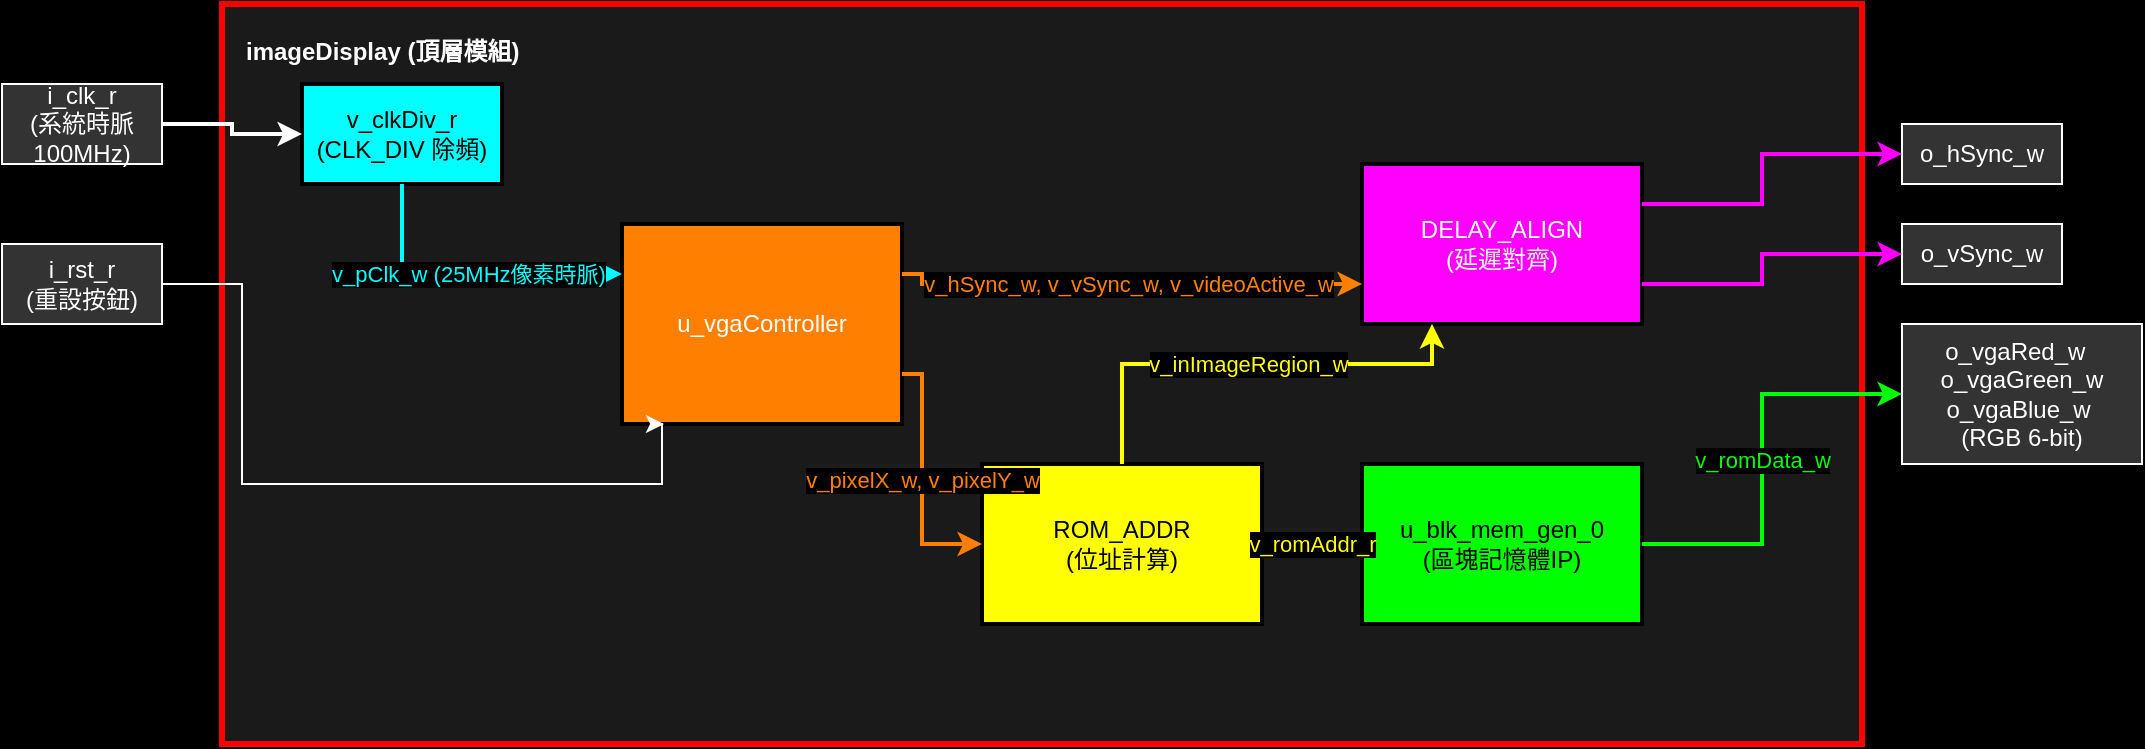
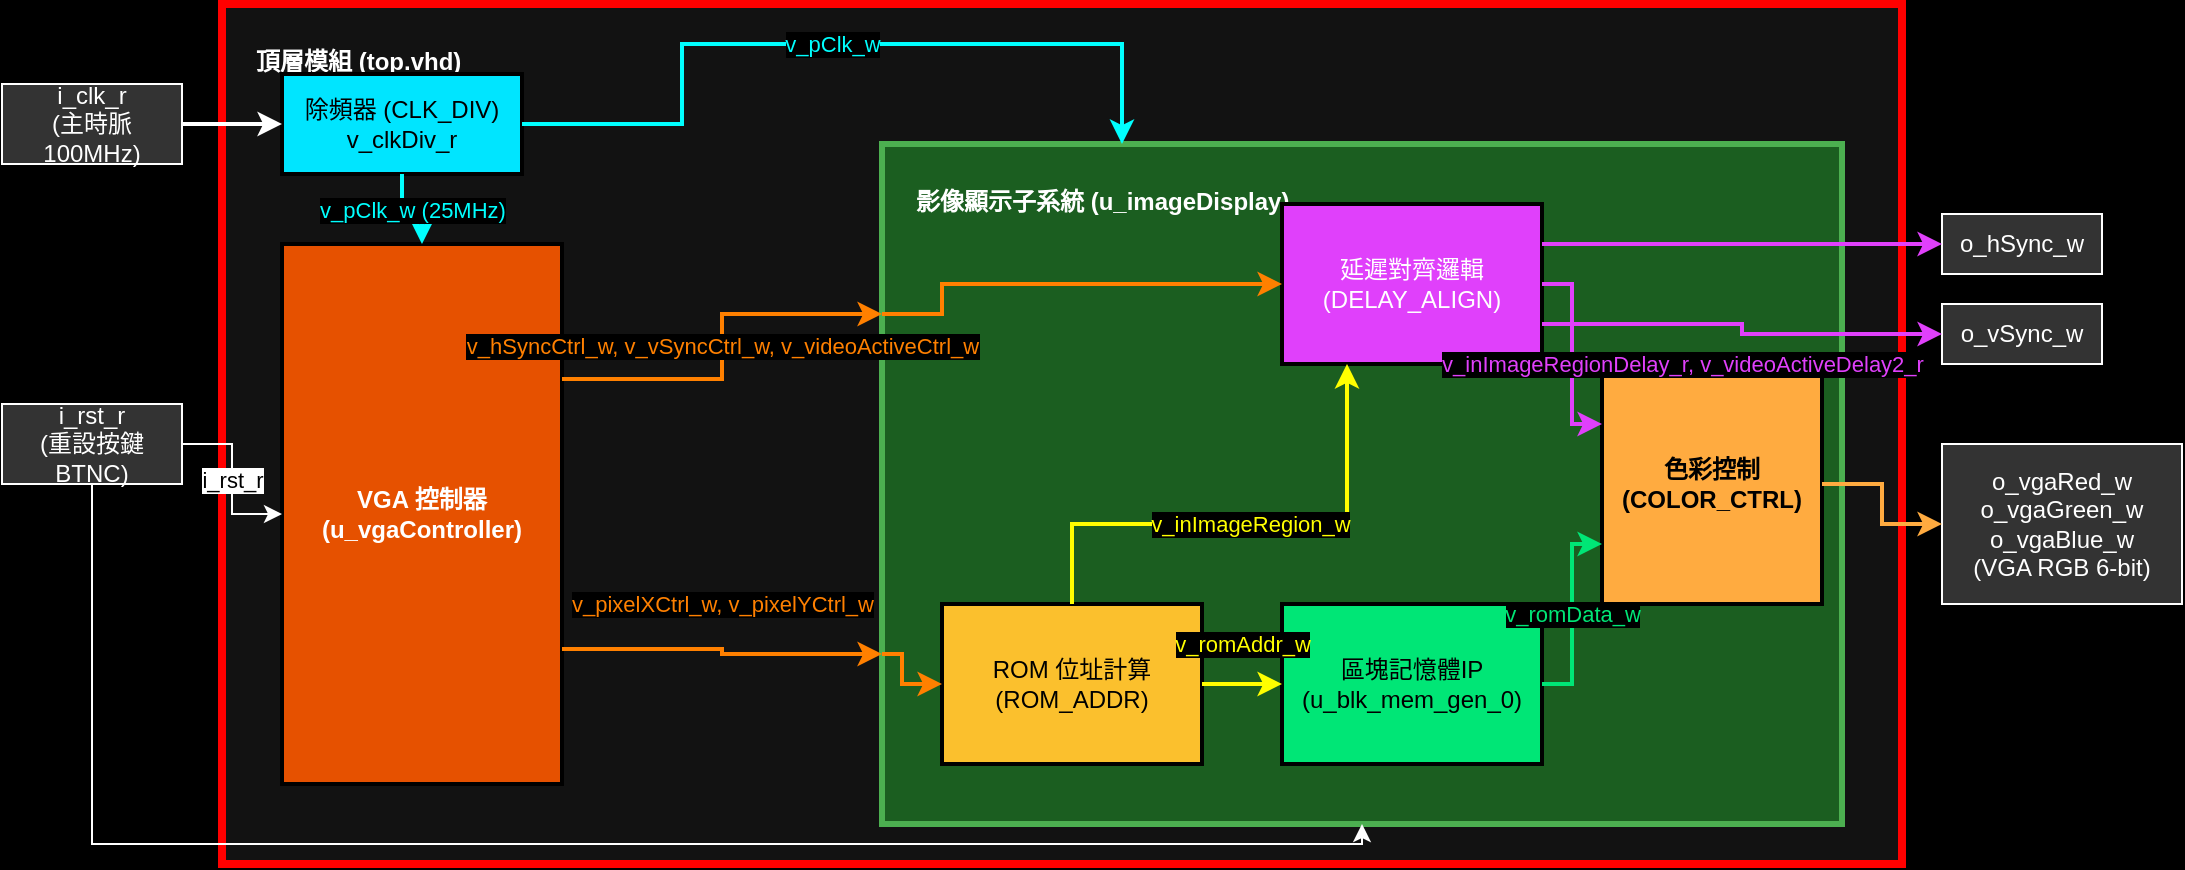
<mxfile host="65bd71144e">
    <diagram id="architecture" name="RTL Architecture">
-         <mxGraphModel dx="1288" dy="1158" grid="1" gridSize="10" guides="1" tooltips="1" connect="1" arrows="1" fold="1" page="1" pageScale="1" pageWidth="1000" pageHeight="1000" background="#000000" math="0" shadow="0">
+         <mxGraphModel dx="1561" dy="1026" grid="1" gridSize="10" guides="1" tooltips="1" connect="1" arrows="1" fold="1" page="1" pageScale="1" pageWidth="1000" pageHeight="1000" background="#000000" math="0" shadow="0">
            <root>
                <mxCell id="0"/>
                <mxCell id="1" parent="0"/>
-                 <mxCell id="top" value="imageDisplay (頂層模組)" style="rounded=0;whiteSpace=wrap;html=1;fillColor=#1a1a1a;strokeColor=#FF0000;strokeWidth=3;fontColor=#FFFFFF;align=left;verticalAlign=top;spacingLeft=10;spacingTop=10;fontStyle=1" parent="1" vertex="1">
-                     <mxGeometry x="120" y="40" width="820" height="370" as="geometry"/>
+                 <mxCell id="top_container" value="頂層模組 (top.vhd)" style="rounded=0;whiteSpace=wrap;html=1;fillColor=#121212;strokeColor=#FF0000;strokeWidth=4;fontColor=#FFFFFF;align=left;verticalAlign=top;spacingLeft=15;spacingTop=15;fontStyle=1" vertex="1" parent="1">
+                     <mxGeometry x="120" y="40" width="840" height="430" as="geometry"/>
                </mxCell>
-                 <mxCell id="in_clk" value="i_clk_r&#10;(系統時脈 100MHz)" style="rounded=0;whiteSpace=wrap;html=1;fillColor=#333333;strokeColor=#FFFFFF;fontColor=#FFFFFF" parent="1" vertex="1">
-                     <mxGeometry x="10" y="80" width="80" height="40" as="geometry"/>
+                 <mxCell id="in_clk" value="i_clk_r&#10;(主時脈 100MHz)" style="rounded=0;whiteSpace=wrap;html=1;fillColor=#333333;strokeColor=#FFFFFF;fontColor=#FFFFFF" parent="1" vertex="1">
+                     <mxGeometry x="10" y="80" width="90" height="40" as="geometry"/>
                </mxCell>
-                 <mxCell id="in_rst" value="i_rst_r&#10;(重設按鈕)" style="rounded=0;whiteSpace=wrap;html=1;fillColor=#333333;strokeColor=#FFFFFF;fontColor=#FFFFFF" parent="1" vertex="1">
-                     <mxGeometry x="10" y="160" width="80" height="40" as="geometry"/>
+                 <mxCell id="in_rst" value="i_rst_r&#10;(重設按鍵 BTNC)" style="rounded=0;whiteSpace=wrap;html=1;fillColor=#333333;strokeColor=#FFFFFF;fontColor=#FFFFFF" parent="1" vertex="1">
+                     <mxGeometry x="10" y="240" width="90" height="40" as="geometry"/>
                </mxCell>
-                 <mxCell id="mod_clk" value="v_clkDiv_r&#10;(CLK_DIV 除頻)" style="rounded=0;whiteSpace=wrap;html=1;fillColor=#00FFFF;strokeColor=#000000;strokeWidth=2;fontColor=#000000" parent="1" vertex="1">
-                     <mxGeometry x="160" y="80" width="100" height="50" as="geometry"/>
+                 <mxCell id="mod_clk" value="除頻器 (CLK_DIV)&#10;v_clkDiv_r" style="rounded=0;whiteSpace=wrap;html=1;fillColor=#00E5FF;strokeColor=#000000;strokeWidth=2;fontColor=#000000" parent="1" vertex="1">
+                     <mxGeometry x="150" y="75" width="120" height="50" as="geometry"/>
                </mxCell>
-                 <mxCell id="mod_vga" value="u_vgaController" style="rounded=0;whiteSpace=wrap;html=1;fillColor=#FF8000;strokeColor=#000000;strokeWidth=2;fontColor=#FFFFFF" parent="1" vertex="1">
-                     <mxGeometry x="320" y="150" width="140" height="100" as="geometry"/>
+                 <mxCell id="mod_vga" value="VGA 控制器&#10;(u_vgaController)" style="rounded=0;whiteSpace=wrap;html=1;fillColor=#E65100;strokeColor=#000000;strokeWidth=2;fontColor=#FFFFFF;fontStyle=1" parent="1" vertex="1">
+                     <mxGeometry x="150" y="160" width="140" height="270" as="geometry"/>
                </mxCell>
-                 <mxCell id="mod_addr" value="ROM_ADDR&#10;(位址計算)" style="rounded=0;whiteSpace=wrap;html=1;fillColor=#FFFF00;strokeColor=#000000;strokeWidth=2;fontColor=#000000" parent="1" vertex="1">
-                     <mxGeometry x="500" y="270" width="140" height="80" as="geometry"/>
+                 <mxCell id="mod_image_display" value="影像顯示子系統 (u_imageDisplay)" style="rounded=0;whiteSpace=wrap;html=1;fillColor=#1B5E20;strokeColor=#4CAF50;strokeWidth=3;fontColor=#FFFFFF;align=left;verticalAlign=top;spacingLeft=15;spacingTop=15;fontStyle=1" vertex="1" parent="1">
+                     <mxGeometry x="450" y="110" width="480" height="340" as="geometry"/>
                </mxCell>
-                 <mxCell id="mod_bram" value="u_blk_mem_gen_0&#10;(區塊記憶體IP)" style="rounded=0;whiteSpace=wrap;html=1;fillColor=#00FF00;strokeColor=#000000;strokeWidth=2;fontColor=#000000" parent="1" vertex="1">
-                     <mxGeometry x="690" y="270" width="140" height="80" as="geometry"/>
+                 <mxCell id="inner_addr" value="ROM 位址計算&#10;(ROM_ADDR)" style="rounded=0;whiteSpace=wrap;html=1;fillColor=#FBC02D;strokeColor=#000000;strokeWidth=2;fontColor=#000000" vertex="1" parent="1">
+                     <mxGeometry x="480" y="340" width="130" height="80" as="geometry"/>
                </mxCell>
-                 <mxCell id="mod_delay" value="DELAY_ALIGN&#10;(延遲對齊)" style="rounded=0;whiteSpace=wrap;html=1;fillColor=#FF00FF;strokeColor=#000000;strokeWidth=2;fontColor=#FFFFFF" parent="1" vertex="1">
-                     <mxGeometry x="690" y="120" width="140" height="80" as="geometry"/>
+                 <mxCell id="inner_bram" value="區塊記憶體IP&#10;(u_blk_mem_gen_0)" style="rounded=0;whiteSpace=wrap;html=1;fillColor=#00E676;strokeColor=#000000;strokeWidth=2;fontColor=#000000" vertex="1" parent="1">
+                     <mxGeometry x="650" y="340" width="130" height="80" as="geometry"/>
+                 </mxCell>
+                 <mxCell id="inner_delay" value="延遲對齊邏輯&#10;(DELAY_ALIGN)" style="rounded=0;whiteSpace=wrap;html=1;fillColor=#E040FB;strokeColor=#000000;strokeWidth=2;fontColor=#FFFFFF" vertex="1" parent="1">
+                     <mxGeometry x="650" y="140" width="130" height="80" as="geometry"/>
+                 </mxCell>
+                 <mxCell id="inner_color_ctrl" value="色彩控制&#10;(COLOR_CTRL)" style="rounded=0;whiteSpace=wrap;html=1;fillColor=#FFAB40;strokeColor=#000000;strokeWidth=2;fontColor=#000000;fontStyle=1" vertex="1" parent="1">
+                     <mxGeometry x="810" y="220" width="110" height="120" as="geometry"/>
                </mxCell>
                <mxCell id="out_hsync" value="o_hSync_w" style="rounded=0;whiteSpace=wrap;html=1;fillColor=#333333;strokeColor=#FFFFFF;fontColor=#FFFFFF" parent="1" vertex="1">
-                     <mxGeometry x="960" y="100" width="80" height="30" as="geometry"/>
+                     <mxGeometry x="980" y="145" width="80" height="30" as="geometry"/>
                </mxCell>
                <mxCell id="out_vsync" value="o_vSync_w" style="rounded=0;whiteSpace=wrap;html=1;fillColor=#333333;strokeColor=#FFFFFF;fontColor=#FFFFFF" parent="1" vertex="1">
-                     <mxGeometry x="960" y="150" width="80" height="30" as="geometry"/>
+                     <mxGeometry x="980" y="190" width="80" height="30" as="geometry"/>
                </mxCell>
-                 <mxCell id="out_rgb" value="&lt;div&gt;o_vgaRed_w&amp;nbsp;&amp;nbsp;&lt;/div&gt;&lt;div&gt;o_vgaGreen_w&lt;/div&gt;&lt;div&gt;o_vgaBlue_w&amp;nbsp;&lt;/div&gt;(RGB 6-bit)" style="rounded=0;whiteSpace=wrap;html=1;fillColor=#333333;strokeColor=#FFFFFF;fontColor=#FFFFFF" parent="1" vertex="1">
-                     <mxGeometry x="960" y="200" width="120" height="70" as="geometry"/>
+                 <mxCell id="out_rgb" value="o_vgaRed_w&#10;o_vgaGreen_w&#10;o_vgaBlue_w&#10;(VGA RGB 6-bit)" style="rounded=0;whiteSpace=wrap;html=1;fillColor=#333333;strokeColor=#FFFFFF;fontColor=#FFFFFF" parent="1" vertex="1">
+                     <mxGeometry x="980" y="260" width="120" height="80" as="geometry"/>
                </mxCell>
                <mxCell id="wire_clk" style="edgeStyle=orthogonalEdgeStyle;rounded=0;html=1;exitX=1;exitY=0.5;exitDx=0;exitDy=0;entryX=0;entryY=0.5;entryDx=0;entryDy=0;strokeColor=#FFFFFF;strokeWidth=2;" parent="1" source="in_clk" target="mod_clk" edge="1">
                    <mxGeometry relative="1" as="geometry"/>
                </mxCell>
-                 <mxCell id="wire_pclk" value="v_pClk_w (25MHz像素時脈)" style="edgeStyle=orthogonalEdgeStyle;rounded=0;html=1;exitX=0.5;exitY=1;exitDx=0;exitDy=0;entryX=0;entryY=0.25;entryDx=0;entryDy=0;strokeColor=#00FFFF;strokeWidth=2;labelBackgroundColor=#000000;fontColor=#00FFFF" parent="1" source="mod_clk" target="mod_vga" edge="1">
+                 <mxCell id="wire_pclk_vga" value="v_pClk_w (25MHz)" style="edgeStyle=orthogonalEdgeStyle;rounded=0;html=1;exitX=0.5;exitY=1;exitDx=0;exitDy=0;entryX=0.5;entryY=0;entryDx=0;entryDy=0;strokeColor=#00FFFF;strokeWidth=2;labelBackgroundColor=#000000;fontColor=#00FFFF" edge="1" parent="1" source="mod_clk" target="mod_vga">
+                     <mxGeometry relative="1" as="geometry"/>
+                 </mxCell>
+                 <mxCell id="wire_pclk_display" value="v_pClk_w" style="edgeStyle=orthogonalEdgeStyle;rounded=0;html=1;exitX=1;exitY=0.5;exitDx=0;exitDy=0;entryX=0.25;entryY=0;entryDx=0;entryDy=0;strokeColor=#00FFFF;strokeWidth=2;labelBackgroundColor=#000000;fontColor=#00FFFF" edge="1" parent="1" source="mod_clk" target="mod_image_display">
                    <mxGeometry relative="1" as="geometry">
                        <Array as="points">
-                             <mxPoint x="210" y="175"/>
+                             <mxPoint x="350" y="100"/>
+                             <mxPoint x="350" y="60"/>
+                             <mxPoint x="570" y="60"/>
                        </Array>
                    </mxGeometry>
                </mxCell>
-                 <mxCell id="wire_pixel" value="v_pixelX_w, v_pixelY_w" style="edgeStyle=orthogonalEdgeStyle;rounded=0;html=1;exitX=1;exitY=0.75;exitDx=0;exitDy=0;entryX=0;entryY=0.5;entryDx=0;entryDy=0;strokeColor=#FF8000;strokeWidth=2;labelBackgroundColor=#000000;fontColor=#FF8000" parent="1" source="mod_vga" target="mod_addr" edge="1">
+                 <mxCell id="wire_rst_vga" value="i_rst_r" style="edgeStyle=orthogonalEdgeStyle;rounded=0;html=1;exitX=1;exitY=0.5;exitDx=0;exitDy=0;entryX=0;entryY=0.5;entryDx=0;entryDy=0;strokeColor=#FFFFFF;strokeWidth=1;strokeDashArray=1 3;" edge="1" parent="1" source="in_rst" target="mod_vga">
+                     <mxGeometry relative="1" as="geometry"/>
+                 </mxCell>
+                 <mxCell id="wire_rst_display" style="edgeStyle=orthogonalEdgeStyle;rounded=0;html=1;exitX=0.5;exitY=1;exitDx=0;exitDy=0;entryX=0.5;entryY=1;entryDx=0;entryDy=0;strokeColor=#FFFFFF;strokeWidth=1;strokeDashArray=1 3;" edge="1" parent="1" source="in_rst" target="mod_image_display">
                    <mxGeometry relative="1" as="geometry">
                        <Array as="points">
-                             <mxPoint x="470" y="225"/>
-                             <mxPoint x="470" y="310"/>
+                             <mxPoint x="55" y="460"/>
+                             <mxPoint x="690" y="460"/>
                        </Array>
                    </mxGeometry>
                </mxCell>
-                 <mxCell id="wire_vga_sync" value="v_hSync_w, v_vSync_w, v_videoActive_w" style="edgeStyle=orthogonalEdgeStyle;rounded=0;html=1;exitX=1;exitY=0.25;exitDx=0;exitDy=0;entryX=0;entryY=0.75;entryDx=0;entryDy=0;strokeColor=#FF8000;strokeWidth=2;labelBackgroundColor=#000000;fontColor=#FF8000" parent="1" source="mod_vga" target="mod_delay" edge="1">
+                 <mxCell id="wire_pixel_ctrl" value="v_pixelXCtrl_w, v_pixelYCtrl_w" style="edgeStyle=orthogonalEdgeStyle;rounded=0;html=1;exitX=1;exitY=0.75;exitDx=0;exitDy=0;entryX=0;entryY=0.75;entryDx=0;entryDy=0;strokeColor=#FF8000;strokeWidth=2;labelBackgroundColor=#000000;fontColor=#FF8000" edge="1" parent="1" source="mod_vga" target="mod_image_display">
+                     <mxGeometry x="-0.0153" y="23" relative="1" as="geometry">
+                         <mxPoint x="-23" y="-23" as="offset"/>
+                     </mxGeometry>
+                 </mxCell>
+                 <mxCell id="wire_sync_ctrl" value="v_hSyncCtrl_w, v_vSyncCtrl_w, v_videoActiveCtrl_w" style="edgeStyle=orthogonalEdgeStyle;rounded=0;html=1;exitX=1;exitY=0.25;exitDx=0;exitDy=0;entryX=0;entryY=0.25;entryDx=0;entryDy=0;strokeColor=#FF8000;strokeWidth=2;labelBackgroundColor=#000000;fontColor=#FF8000" edge="1" parent="1" source="mod_vga" target="mod_image_display">
+                     <mxGeometry relative="1" as="geometry"/>
+                 </mxCell>
+                 <mxCell id="wire_inner_pixel" style="edgeStyle=orthogonalEdgeStyle;rounded=0;html=1;exitX=0;exitY=0.75;exitDx=0;exitDy=0;entryX=0;entryY=0.5;entryDx=0;entryDy=0;strokeColor=#FF8000;strokeWidth=2;" edge="1" parent="1" source="mod_image_display" target="inner_addr">
                    <mxGeometry relative="1" as="geometry">
                        <Array as="points">
-                             <mxPoint x="470" y="175"/>
-                             <mxPoint x="470" y="180"/>
+                             <mxPoint x="460" y="365"/>
+                             <mxPoint x="460" y="380"/>
                        </Array>
                    </mxGeometry>
                </mxCell>
-                 <mxCell id="wire_romaddr" value="v_romAddr_r" style="edgeStyle=orthogonalEdgeStyle;rounded=0;html=1;exitX=1;exitY=0.5;exitDx=0;exitDy=0;entryX=0;entryY=0.5;entryDx=0;entryDy=0;strokeColor=#FFFF00;strokeWidth=2;labelBackgroundColor=#000000;fontColor=#FFFF00" parent="1" source="mod_addr" target="mod_bram" edge="1">
-                     <mxGeometry relative="1" as="geometry"/>
-                 </mxCell>
-                 <mxCell id="wire_inregion" value="v_inImageRegion_w" style="edgeStyle=orthogonalEdgeStyle;rounded=0;html=1;exitX=0.5;exitY=0;exitDx=0;exitDy=0;entryX=0.25;entryY=1;entryDx=0;entryDy=0;strokeColor=#FFFF00;strokeWidth=2;labelBackgroundColor=#000000;fontColor=#FFFF00" parent="1" source="mod_addr" target="mod_delay" edge="1">
+                 <mxCell id="wire_inner_sync" style="edgeStyle=orthogonalEdgeStyle;rounded=0;html=1;exitX=0;exitY=0.25;exitDx=0;exitDy=0;entryX=0;entryY=0.5;entryDx=0;entryDy=0;strokeColor=#FF8000;strokeWidth=2;" edge="1" parent="1" source="mod_image_display" target="inner_delay">
                    <mxGeometry relative="1" as="geometry">
                        <Array as="points">
-                             <mxPoint x="570" y="220"/>
-                             <mxPoint x="725" y="220"/>
+                             <mxPoint x="480" y="195"/>
+                             <mxPoint x="480" y="180"/>
                        </Array>
                    </mxGeometry>
                </mxCell>
-                 <mxCell id="wire_romdata" value="v_romData_w" style="edgeStyle=orthogonalEdgeStyle;rounded=0;html=1;exitX=1;exitY=0.5;exitDx=0;exitDy=0;entryX=0;entryY=0.5;entryDx=0;entryDy=0;strokeColor=#00FF00;strokeWidth=2;labelBackgroundColor=#000000;fontColor=#00FF00" parent="1" source="mod_bram" target="out_rgb" edge="1">
+                 <mxCell id="wire_inner_addr" value="v_romAddr_w" style="edgeStyle=orthogonalEdgeStyle;rounded=0;html=1;exitX=1;exitY=0.5;exitDx=0;exitDy=0;entryX=0;entryY=0.5;entryDx=0;entryDy=0;strokeColor=#FFFF00;strokeWidth=2;labelBackgroundColor=#000000;fontColor=#FFFF00" edge="1" parent="1" source="inner_addr" target="inner_bram">
+                     <mxGeometry y="20" relative="1" as="geometry">
+                         <mxPoint as="offset"/>
+                     </mxGeometry>
+                 </mxCell>
+                 <mxCell id="wire_inner_region" value="v_inImageRegion_w" style="edgeStyle=orthogonalEdgeStyle;rounded=0;html=1;exitX=0.5;exitY=0;exitDx=0;exitDy=0;entryX=0.25;entryY=1;entryDx=0;entryDy=0;strokeColor=#FFFF00;strokeWidth=2;labelBackgroundColor=#000000;fontColor=#FFFF00" edge="1" parent="1" source="inner_addr" target="inner_delay">
                    <mxGeometry relative="1" as="geometry">
                        <Array as="points">
-                             <mxPoint x="890" y="310"/>
-                             <mxPoint x="890" y="235"/>
+                             <mxPoint x="545" y="300"/>
+                             <mxPoint x="682" y="300"/>
                        </Array>
                    </mxGeometry>
                </mxCell>
-                 <mxCell id="wire_dhsync" style="edgeStyle=orthogonalEdgeStyle;rounded=0;html=1;exitX=1;exitY=0.25;exitDx=0;exitDy=0;entryX=0;entryY=0.5;entryDx=0;entryDy=0;strokeColor=#FF00FF;strokeWidth=2;" parent="1" source="mod_delay" target="out_hsync" edge="1">
+                 <mxCell id="wire_romdata" value="v_romData_w" style="edgeStyle=orthogonalEdgeStyle;rounded=0;html=1;exitX=1;exitY=0.5;exitDx=0;exitDy=0;entryX=0;entryY=0.75;entryDx=0;entryDy=0;strokeColor=#00E676;strokeWidth=2;labelBackgroundColor=#000000;fontColor=#00E676" parent="1" source="inner_bram" target="inner_color_ctrl" edge="1">
                    <mxGeometry relative="1" as="geometry">
                        <Array as="points">
-                             <mxPoint x="890" y="140"/>
-                             <mxPoint x="890" y="115"/>
+                             <mxPoint x="795" y="380"/>
+                             <mxPoint x="795" y="310"/>
                        </Array>
                    </mxGeometry>
                </mxCell>
-                 <mxCell id="wire_dvsync" style="edgeStyle=orthogonalEdgeStyle;rounded=0;html=1;exitX=1;exitY=0.75;exitDx=0;exitDy=0;entryX=0;entryY=0.5;entryDx=0;entryDy=0;strokeColor=#FF00FF;strokeWidth=2;" parent="1" source="mod_delay" target="out_vsync" edge="1">
+                 <mxCell id="wire_align_to_ctrl" value="v_inImageRegionDelay_r, v_videoActiveDelay2_r" style="edgeStyle=orthogonalEdgeStyle;rounded=0;html=1;exitX=1;exitY=0.5;exitDx=0;exitDy=0;entryX=0;entryY=0.25;entryDx=0;entryDy=0;strokeColor=#E040FB;strokeWidth=2;labelBackgroundColor=#000000;fontColor=#E040FB" edge="1" parent="1" source="inner_delay" target="inner_color_ctrl">
+                     <mxGeometry x="1" y="50" relative="1" as="geometry">
+                         <Array as="points">
+                             <mxPoint x="795" y="180"/>
+                             <mxPoint x="795" y="250"/>
+                         </Array>
+                         <mxPoint x="40" y="20" as="offset"/>
+                     </mxGeometry>
+                 </mxCell>
+                 <mxCell id="wire_rgb_out" value="" style="edgeStyle=orthogonalEdgeStyle;rounded=0;html=1;exitX=1;exitY=0.5;exitDx=0;exitDy=0;entryX=0;entryY=0.5;entryDx=0;entryDy=0;strokeColor=#FFAB40;strokeWidth=2;labelBackgroundColor=#000000;fontColor=#FFAB40" edge="1" parent="1" source="inner_color_ctrl" target="out_rgb">
+                     <mxGeometry x="0.25" y="-20" relative="1" as="geometry">
+                         <mxPoint as="offset"/>
+                     </mxGeometry>
+                 </mxCell>
+                 <mxCell id="wire_out_hsync" style="edgeStyle=orthogonalEdgeStyle;rounded=0;html=1;exitX=1;exitY=0.25;exitDx=0;exitDy=0;entryX=0;entryY=0.5;entryDx=0;entryDy=0;strokeColor=#E040FB;strokeWidth=2;" edge="1" parent="1" source="inner_delay" target="out_hsync">
                    <mxGeometry relative="1" as="geometry">
                        <Array as="points">
-                             <mxPoint x="890" y="180"/>
-                             <mxPoint x="890" y="165"/>
+                             <mxPoint x="800" y="160"/>
+                             <mxPoint x="800" y="160"/>
                        </Array>
                    </mxGeometry>
                </mxCell>
-                 <mxCell id="wire_rst" style="edgeStyle=orthogonalEdgeStyle;rounded=0;html=1;exitX=1;exitY=0.5;exitDx=0;exitDy=0;entryX=0.15;entryY=1;entryDx=0;entryDy=0;strokeColor=#FFFFFF;strokeWidth=1;strokeDashArray=1 3;" parent="1" source="in_rst" target="mod_vga" edge="1">
+                 <mxCell id="wire_out_vsync" style="edgeStyle=orthogonalEdgeStyle;rounded=0;html=1;exitX=1;exitY=0.75;exitDx=0;exitDy=0;entryX=0;entryY=0.5;entryDx=0;entryDy=0;strokeColor=#E040FB;strokeWidth=2;" edge="1" parent="1" source="inner_delay" target="out_vsync">
                    <mxGeometry relative="1" as="geometry">
                        <Array as="points">
-                             <mxPoint x="130" y="180"/>
-                             <mxPoint x="130" y="280"/>
-                             <mxPoint x="340" y="280"/>
+                             <mxPoint x="880" y="200"/>
+                             <mxPoint x="880" y="205"/>
                        </Array>
                    </mxGeometry>
                </mxCell>
            </root>
        </mxGraphModel>
    </diagram>
</mxfile>